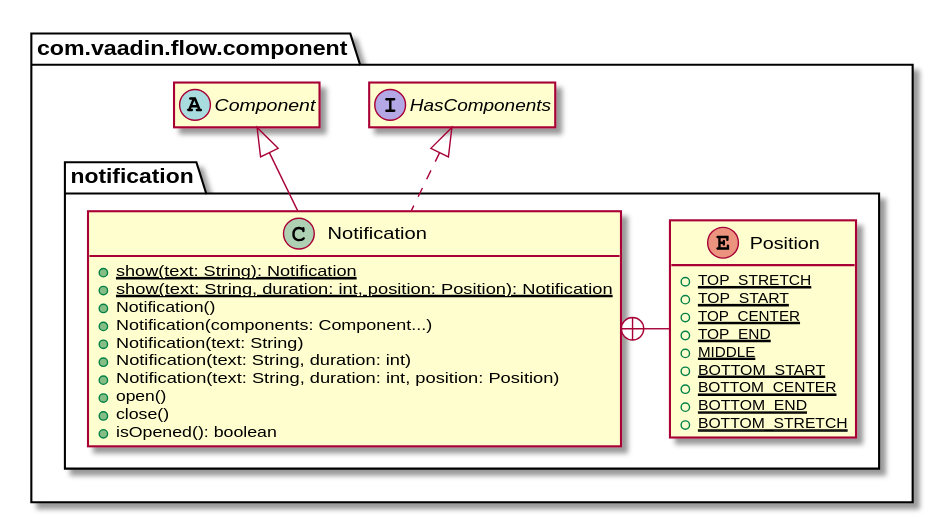
formations/vaadin-foundations keeps this PlantUML diagram as cours/images/notification.svg. Above is the earlier version. The source it was exported from:
```plantuml
@startuml
package "com.vaadin.flow.component" {
 interface HasComponents
 abstract class Component
 package notification {
  class Notification {
   + {static} show(text: String): Notification
   + {static} show(text: String, duration: int, position: Position): Notification
   + Notification()
   + Notification(components: Component...)
   + Notification(text: String)
   + Notification(text: String, duration: int)
   + Notification(text: String, duration: int, position: Position)
   + open()
   + close()
   + isOpened(): boolean
  }

  enum Position {
    + {static} TOP_STRETCH
    + {static} TOP_START
    + {static} TOP_CENTER
    + {static} TOP_END
    + {static} MIDDLE
    + {static} BOTTOM_START
    + {static} BOTTOM_CENTER
    + {static} BOTTOM_END
    + {static} BOTTOM_STRETCH
  }
 }
}
Position -right+ Notification
Notification -up-|> Component
Notification .up.|> HasComponents
hide empty members
@enduml
```
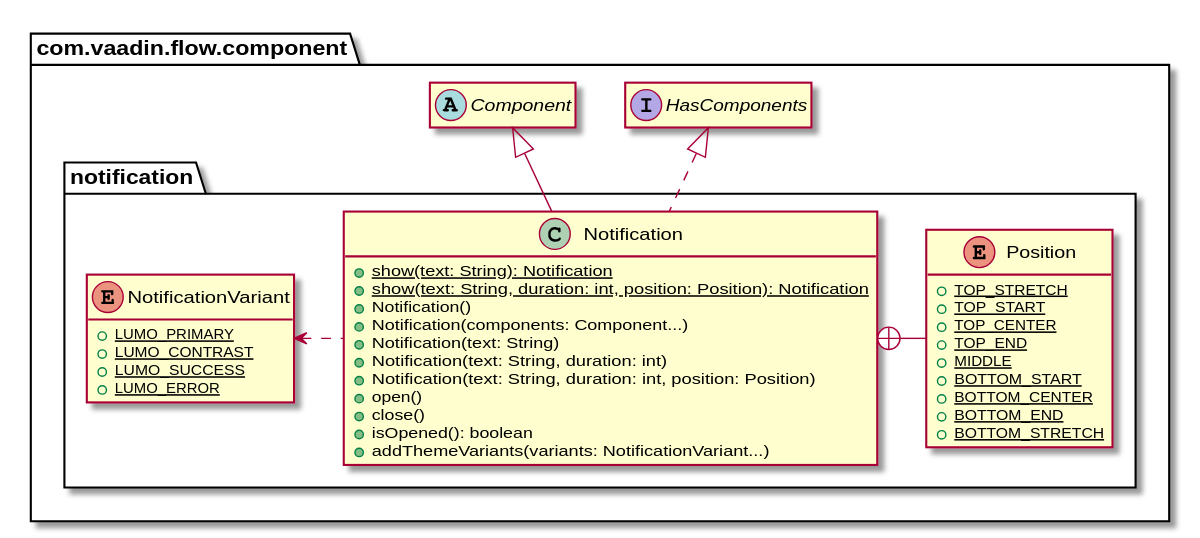
The same diagram one commit later.

The edit, as a diff of the source:
```diff
@@ -1,5 +1,5 @@
 @startuml
-package "com.vaadin.flow.component" {
+package com.vaadin.flow.component {
  interface HasComponents
  abstract class Component
  package notification {
@@ -14,8 +14,8 @@
    + open()
    + close()
    + isOpened(): boolean
+   + addThemeVariants(variants: NotificationVariant...)
   }
-
   enum Position {
     + {static} TOP_STRETCH
     + {static} TOP_START
@@ -27,10 +27,17 @@
     + {static} BOTTOM_END
     + {static} BOTTOM_STRETCH
   }
+  enum NotificationVariant {
+    + {static} LUMO_PRIMARY
+    + {static} LUMO_CONTRAST
+    + {static} LUMO_SUCCESS
+    + {static} LUMO_ERROR
+  }
  }
 }
 Position -right+ Notification
 Notification -up-|> Component
 Notification .up.|> HasComponents
+Notification .left.> NotificationVariant
 hide empty members
 @enduml
```
